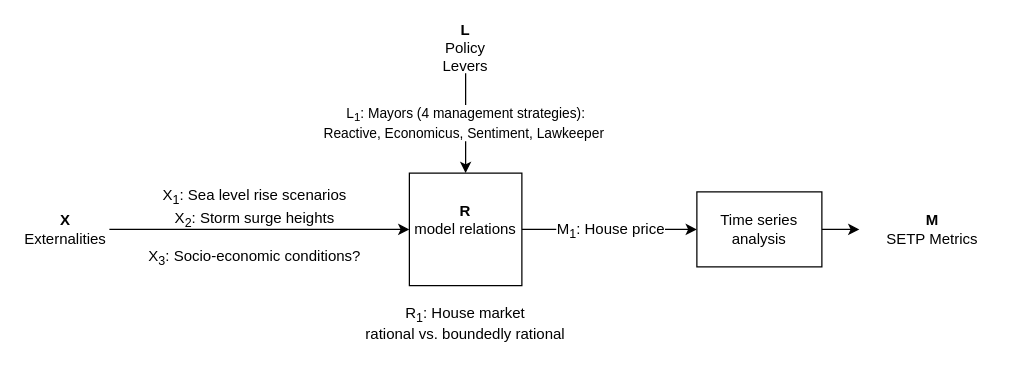
This is Drawings/XLRM.dio from keesvanginkel/Urban-SETP, a draw.io file, before an edit. Source tidied: cells renumbered, new cells numbered last; positions are measured from the earlier drawing's top-left corner, leaving out a move shared by most shapes. Both pictures are drawn from the tidied source at 125%, with x=0, y=0 at pixel (21, 22).
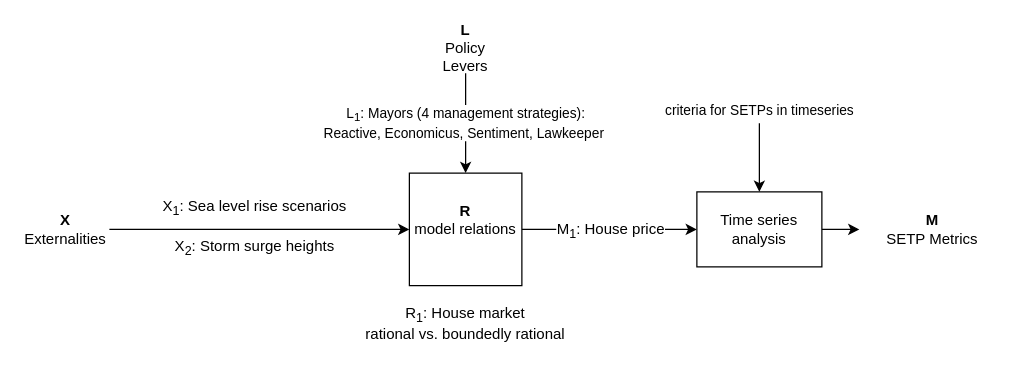
The same diagram, later.

What changed in the source:
```diff
@@
 <mxGraphModel background="#ffffff">
   <root>
     <mxCell id="0" />
     <mxCell id="1" parent="0" />
     <mxCell id="2" style="edgeStyle=orthogonalEdgeStyle;rounded=0;html=1;exitX=1;exitY=0.5;jettySize=auto;entryX=0;entryY=0.5;" parent="1" edge="1" source="4" target="12">
       <mxGeometry relative="1" as="geometry" />
     </mxCell>
     <mxCell id="3" value="M&lt;sub&gt;1&lt;/sub&gt;: House price" style="text;html=1;align=center;verticalAlign=middle;labelBackgroundColor=#ffffff;" parent="2" vertex="1">
       <mxGeometry x="0.3" y="2" relative="1" as="geometry">
         <mxPoint x="-21" y="2" as="offset" />
       </mxGeometry>
     </mxCell>
     <mxCell id="4" value="&lt;b&gt;R&lt;/b&gt;&lt;div&gt;model relations&lt;/div&gt;&lt;div&gt;&lt;br&gt;&lt;/div&gt;" style="whiteSpace=wrap;html=1;" parent="1" vertex="1">
       <mxGeometry x="310" y="120" width="90" height="90" as="geometry" />
     </mxCell>
     <mxCell id="5" value="&lt;div&gt;&lt;b&gt;X&lt;/b&gt;&lt;/div&gt;Externalities" style="text;html=1;strokeColor=none;fillColor=none;align=center;verticalAlign=middle;whiteSpace=wrap;rounded=0;" parent="1" vertex="1">
       <mxGeometry y="155" width="70" height="20" as="geometry" />
     </mxCell>
     <mxCell id="6" style="endArrow=classic;html=1;entryX=0;entryY=0.5;" parent="1" edge="1" source="5" target="4">
       <mxGeometry relative="1" as="geometry" />
     </mxCell>
-    <mxCell id="7" value="X&lt;sub&gt;1&lt;/sub&gt;: Sea level rise scenarios&lt;div&gt;X&lt;sub&gt;2&lt;/sub&gt;: Storm surge heights&lt;br&gt;&lt;div&gt;&lt;div&gt;&lt;br&gt;&lt;/div&gt;&lt;/div&gt;&lt;div&gt;X&lt;sub&gt;3&lt;/sub&gt;: Socio-economic conditions?&lt;/div&gt;&lt;/div&gt;" style="text;html=1;align=center;verticalAlign=middle;labelBackgroundColor=none;" parent="6" vertex="1">
+    <mxCell id="7" value="X&lt;sub&gt;1&lt;/sub&gt;: Sea level rise scenarios&lt;div&gt;&lt;br&gt;&lt;div&gt;X&lt;sub&gt;2&lt;/sub&gt;: Storm surge heights&lt;/div&gt;&lt;/div&gt;" style="text;html=1;align=center;verticalAlign=middle;labelBackgroundColor=none;" parent="6" vertex="1">
       <mxGeometry x="0.23" y="-3" relative="1" as="geometry">
         <mxPoint x="-33" y="-5" as="offset" />
       </mxGeometry>
     </mxCell>
     <mxCell id="8" value="L&lt;sub&gt;1&lt;/sub&gt;: Mayors (4 management strategies):&lt;div&gt;Reactive, Economicus, Sentiment, Lawkeeper&amp;nbsp;&lt;/div&gt;" style="edgeStyle=orthogonalEdgeStyle;rounded=0;html=1;jettySize=auto;" parent="1" edge="1" source="9" target="4">
       <mxGeometry relative="1" as="geometry" />
     </mxCell>
     <mxCell id="9" value="&lt;div&gt;&lt;b&gt;L&lt;/b&gt;&lt;/div&gt;Policy Levers" style="text;html=1;strokeColor=none;fillColor=none;align=center;verticalAlign=middle;whiteSpace=wrap;rounded=0;" parent="1" vertex="1">
       <mxGeometry x="335" width="40" height="40" as="geometry" />
     </mxCell>
     <mxCell id="10" value="&lt;div&gt;&lt;b&gt;M&lt;/b&gt;&lt;/div&gt;&lt;div&gt;SETP Metrics&lt;/div&gt;" style="text;html=1;strokeColor=none;fillColor=none;align=center;verticalAlign=middle;whiteSpace=wrap;rounded=0;" parent="1" vertex="1">
       <mxGeometry x="670" y="145" width="117" height="40" as="geometry" />
     </mxCell>
     <mxCell id="11" style="edgeStyle=orthogonalEdgeStyle;rounded=0;html=1;exitX=1;exitY=0.5;entryX=0;entryY=0.5;jettySize=auto;" parent="1" edge="1" source="12" target="10">
       <mxGeometry relative="1" as="geometry" />
     </mxCell>
     <mxCell id="12" value="Time series analysis" style="rounded=0;whiteSpace=wrap;html=1;" parent="1" vertex="1">
       <mxGeometry x="540" y="135" width="100" height="60" as="geometry" />
     </mxCell>
     <mxCell id="13" value="R&lt;sub&gt;1&lt;/sub&gt;: House market&lt;div&gt;rational vs.&amp;nbsp;&lt;span style=&quot;letter-spacing: 0px&quot;&gt;boundedly rational&lt;/span&gt;&lt;/div&gt;" style="text;html=1;strokeColor=none;fillColor=none;align=center;verticalAlign=middle;whiteSpace=wrap;rounded=0;" parent="1" vertex="1">
       <mxGeometry x="165" y="230" width="380" height="20" as="geometry" />
     </mxCell>
+    <mxCell id="14" value="criteria for SETPs in timeseries" style="endArrow=classic;html=1;entryX=0.5;entryY=0;" parent="1" edge="1" target="12">
+      <mxGeometry x="-1" y="-10" relative="1" as="geometry">
+        <mxPoint x="590" y="80" as="sourcePoint" />
+        <mxPoint x="10" y="-10" as="offset" />
+      </mxGeometry>
+    </mxCell>
   </root>
 </mxGraphModel>
```
